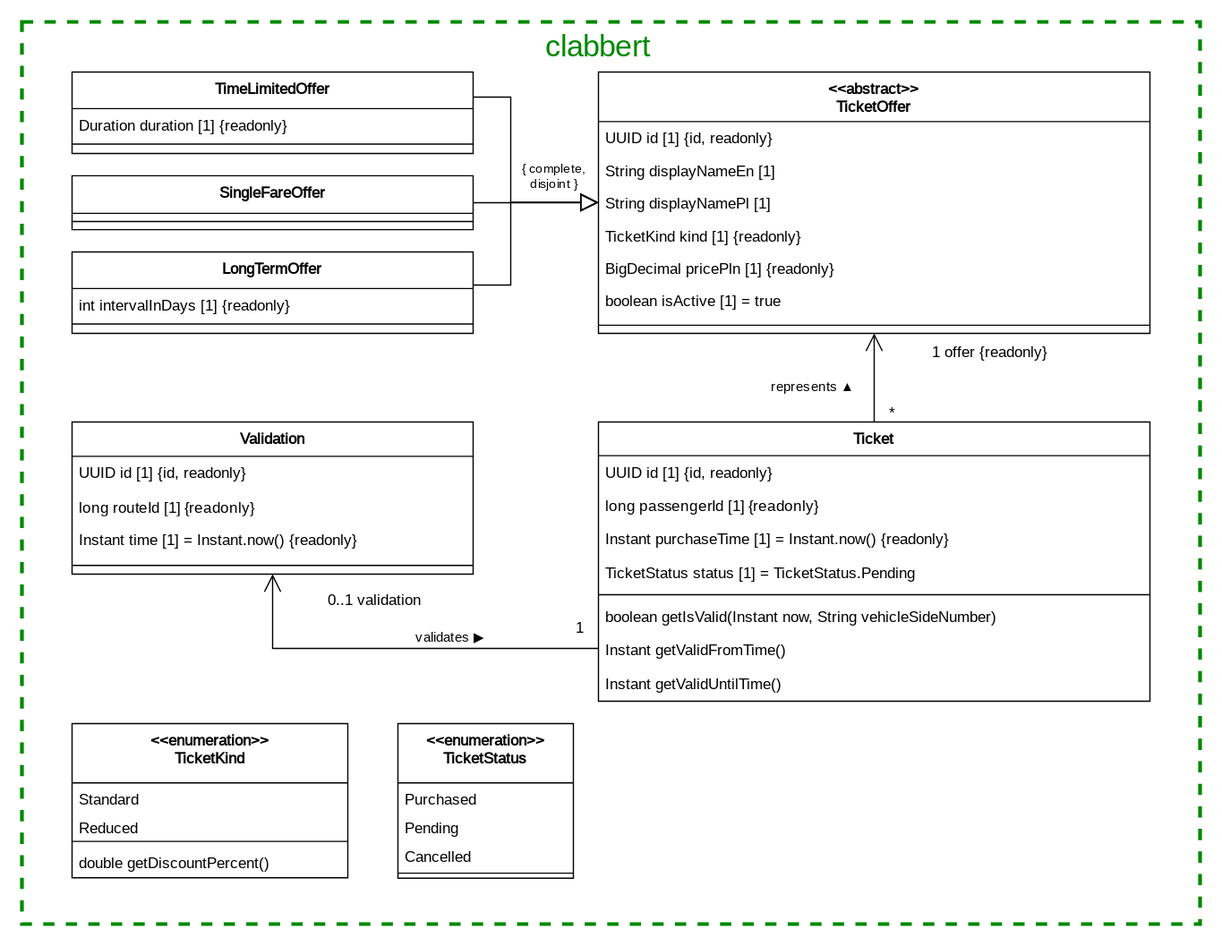
This is documentation/course/e2/images/class-diagram-clabbert.drawio.svg from PWR-ACS-SE-24/SoftwareSystemDesign, a draw.io export, as it was before one commit. Source tidied: cells renumbered, new cells last; positions are measured from the earlier drawing's top-left corner, leaving out a move shared by most shapes.
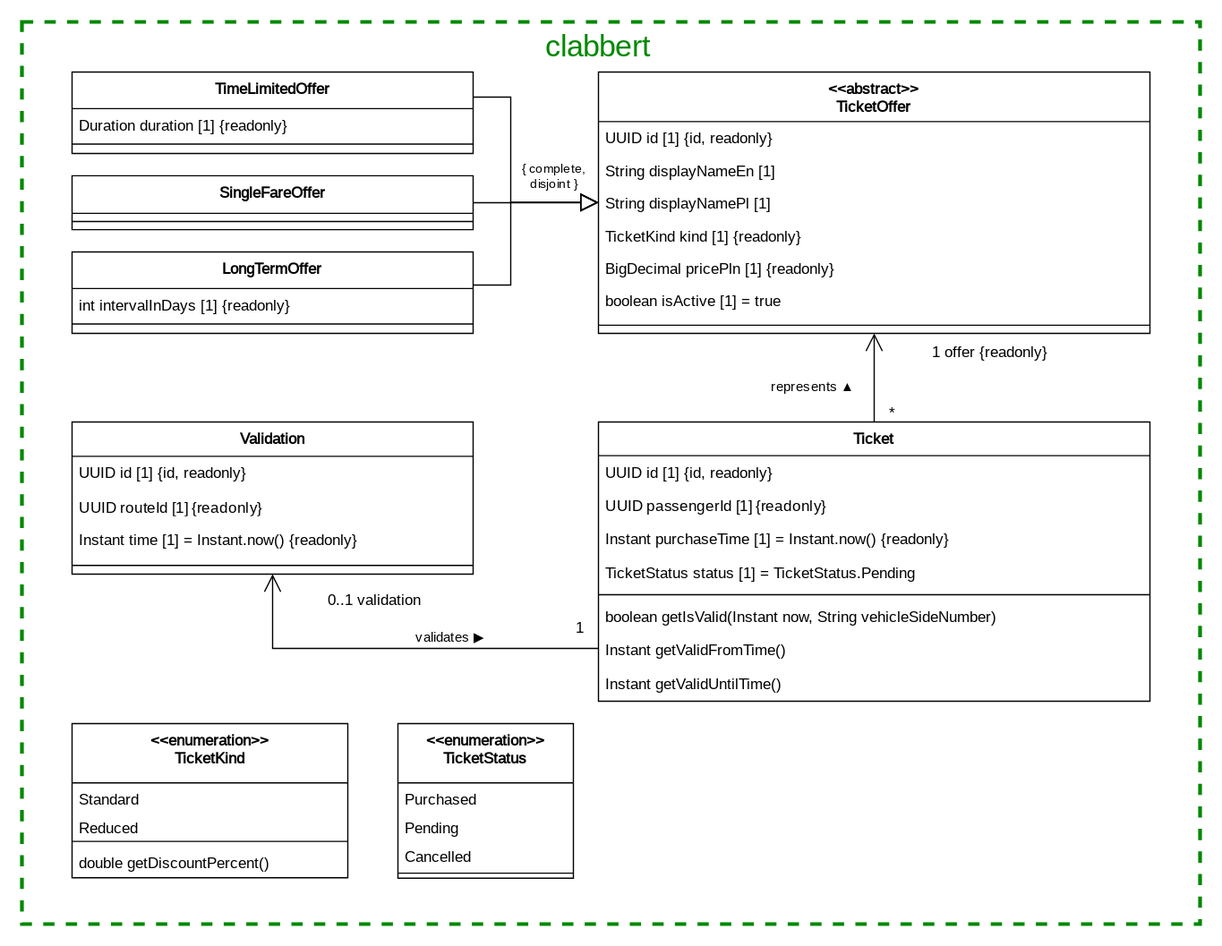
After the change.

Commit message:
and change diagram once again

The edit, as a diff of the source:
```diff
@@ -42,7 +42,7 @@
     <mxCell id="11" value="UUID id [1] {id, readonly}" style="text;strokeColor=none;fillColor=none;align=left;verticalAlign=top;spacingLeft=4;spacingRight=4;overflow=hidden;fontFamily=JetBrains Mono;fontStyle=0;fontSource=https%3A%2F%2Ffonts.googleapis.com%2Fcss%3Ffamily%3DJetBrains%2BMono;" parent="10" vertex="1">
       <mxGeometry y="26.9" width="440" height="27" as="geometry" />
     </mxCell>
-    <mxCell id="12" value="&lt;font&gt;long passengerId [1] {readonly}&lt;/font&gt;" style="text;strokeColor=none;fillColor=none;align=left;verticalAlign=top;spacingLeft=4;spacingRight=4;overflow=hidden;whiteSpace=wrap;html=1;fontFamily=JetBrains Mono;fontSource=https%3A%2F%2Ffonts.googleapis.com%2Fcss%3Ffamily%3DJetBrains%2BMono;" parent="10" vertex="1">
+    <mxCell id="12" value="&lt;font&gt;UUID passengerId [1] {readonly}&lt;/font&gt;" style="text;strokeColor=none;fillColor=none;align=left;verticalAlign=top;spacingLeft=4;spacingRight=4;overflow=hidden;whiteSpace=wrap;html=1;fontFamily=JetBrains Mono;fontSource=https%3A%2F%2Ffonts.googleapis.com%2Fcss%3Ffamily%3DJetBrains%2BMono;" parent="10" vertex="1">
       <mxGeometry y="53.9" width="440" height="26" as="geometry" />
     </mxCell>
     <mxCell id="13" value="Instant purchaseTime [1] = Instant.now() {readonly}" style="text;strokeColor=none;fillColor=none;align=left;verticalAlign=top;spacingLeft=4;spacingRight=4;overflow=hidden;fontFamily=JetBrains Mono;fontStyle=0;fontSource=https%3A%2F%2Ffonts.googleapis.com%2Fcss%3Ffamily%3DJetBrains%2BMono;" parent="10" vertex="1">
@@ -110,7 +110,7 @@
     <mxCell id="32" value="UUID id [1] {id, readonly}" style="text;strokeColor=none;fillColor=none;align=left;verticalAlign=top;spacingLeft=4;spacingRight=4;overflow=hidden;fontFamily=JetBrains Mono;fontStyle=0;fontSource=https%3A%2F%2Ffonts.googleapis.com%2Fcss%3Ffamily%3DJetBrains%2BMono;" parent="31" vertex="1">
       <mxGeometry y="27.4" width="320" height="27" as="geometry" />
     </mxCell>
-    <mxCell id="33" value="&lt;font&gt;long routeId [1] {readonly}&lt;/font&gt;" style="text;strokeColor=none;fillColor=none;align=left;verticalAlign=top;spacingLeft=4;spacingRight=4;overflow=hidden;whiteSpace=wrap;html=1;fontFamily=JetBrains Mono;fontSource=https%3A%2F%2Ffonts.googleapis.com%2Fcss%3Ffamily%3DJetBrains%2BMono;" parent="31" vertex="1">
+    <mxCell id="33" value="&lt;font&gt;UUID routeId [1] {readonly}&lt;/font&gt;" style="text;strokeColor=none;fillColor=none;align=left;verticalAlign=top;spacingLeft=4;spacingRight=4;overflow=hidden;whiteSpace=wrap;html=1;fontFamily=JetBrains Mono;fontSource=https%3A%2F%2Ffonts.googleapis.com%2Fcss%3Ffamily%3DJetBrains%2BMono;" parent="31" vertex="1">
       <mxGeometry y="54.4" width="320" height="26" as="geometry" />
     </mxCell>
     <mxCell id="34" value="Instant time [1] = Instant.now() {readonly}" style="text;strokeColor=none;fillColor=none;align=left;verticalAlign=top;spacingLeft=4;spacingRight=4;overflow=hidden;fontFamily=JetBrains Mono;fontStyle=0;fontSource=https%3A%2F%2Ffonts.googleapis.com%2Fcss%3Ffamily%3DJetBrains%2BMono;" parent="31" vertex="1">
```
